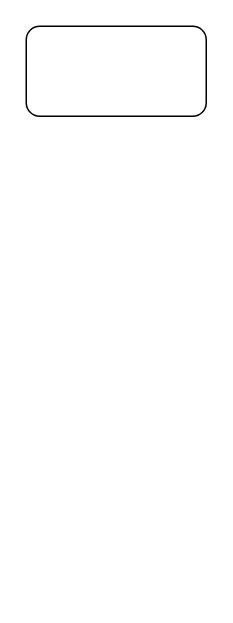
This is soa.drawio from pcbjx/testjni, a draw.io file, before an edit. Source tidied: cells renumbered, new cells numbered last; positions are measured from the earlier drawing's top-left corner, leaving out a move shared by most shapes. Both pictures are drawn from the tidied source at 150%, with x=0, y=0 at pixel (26, 26).
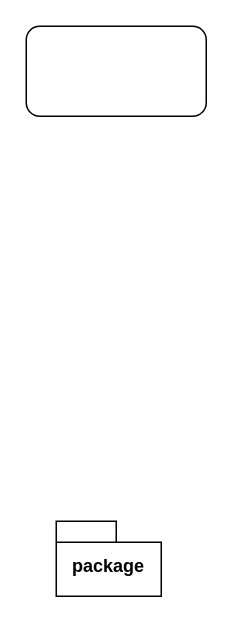
After the change.

The edit, as a diff of the source:
```diff
@@
 <mxGraphModel>
   <root>
     <mxCell id="0" />
     <mxCell id="1" parent="0" />
     <mxCell id="2" style="rounded=1;whiteSpace=wrap;html=1;" parent="1" vertex="1">
       <mxGeometry width="120" height="60" as="geometry" />
     </mxCell>
+    <mxCell id="3" value="package" style="shape=folder;fontStyle=1;spacingTop=10;tabWidth=40;tabHeight=14;tabPosition=left;html=1;whiteSpace=wrap;" parent="1" vertex="1">
+      <mxGeometry x="20" y="330" width="70" height="50" as="geometry" />
+    </mxCell>
   </root>
 </mxGraphModel>
```
